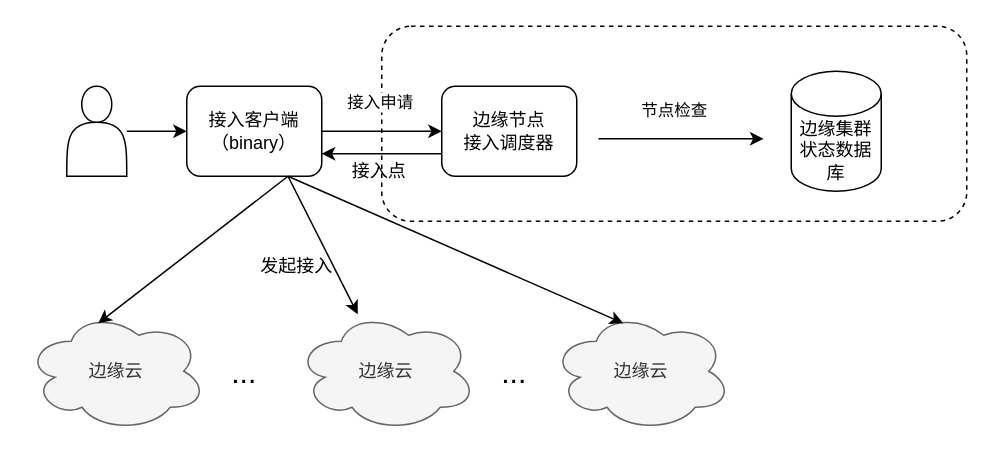
Earlier version of the draw.io diagram page "边缘节点接入" (8 of 9) of cloud-edge-softarch.drawio (lmxia/system_designs). Source tidied: cells renumbered, new cells numbered last; positions are measured from the earlier drawing's top-left corner, leaving out a move shared by most shapes. Both pictures are drawn from the tidied source at 150%, with x=0, y=0 at pixel (26, 26).
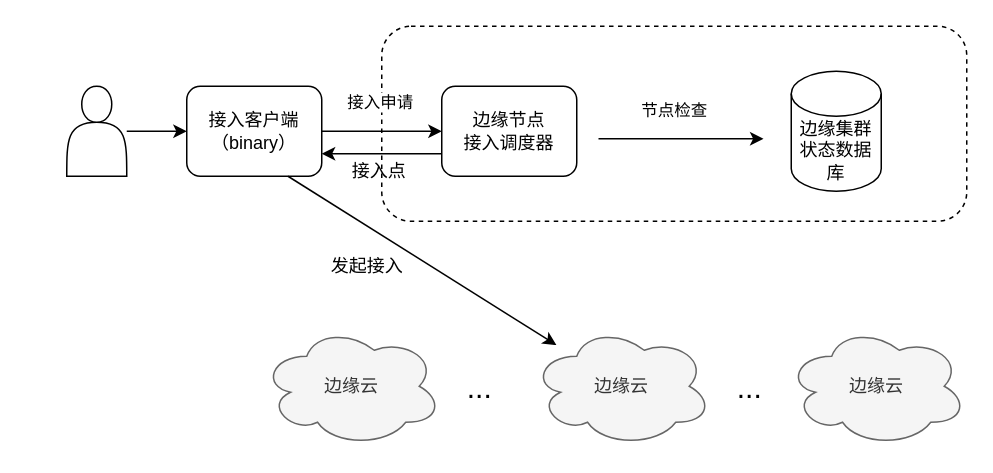
The same diagram, later.

Unchanged cells that the change refers to:
```xml
<mxCell id="7" value="接入客户端&lt;br&gt;（binary）" style="whiteSpace=wrap;html=1;rounded=1;" parent="1" vertex="1">
  <mxGeometry x="107" y="40" width="90" height="60" as="geometry" />
</mxCell>
```

Diff of the diagram source:
```diff
@@
     <mxCell id="13" value="边缘云" style="ellipse;shape=cloud;whiteSpace=wrap;html=1;fillColor=#f5f5f5;strokeColor=#666666;fontColor=#333333;" parent="1" vertex="1">
-      <mxGeometry y="190" width="120" height="80" as="geometry" />
+      <mxGeometry x="157" y="200" width="120" height="80" as="geometry" />
     </mxCell>
     <mxCell id="14" value="边缘云" style="ellipse;shape=cloud;whiteSpace=wrap;html=1;fillColor=#f5f5f5;strokeColor=#666666;fontColor=#333333;" parent="1" vertex="1">
-      <mxGeometry x="180" y="190" width="120" height="80" as="geometry" />
+      <mxGeometry x="337" y="200" width="120" height="80" as="geometry" />
     </mxCell>
     <mxCell id="15" value="&lt;font style=&quot;font-size: 20px&quot;&gt;...&lt;/font&gt;" style="text;html=1;align=center;verticalAlign=middle;fillColor=none;strokeColor=none;rounded=0;" parent="1" vertex="1">
-      <mxGeometry x="130" y="220" width="30" height="20" as="geometry" />
+      <mxGeometry x="287" y="230" width="30" height="20" as="geometry" />
     </mxCell>
     <mxCell id="16" value="边缘云" style="ellipse;shape=cloud;whiteSpace=wrap;html=1;fillColor=#f5f5f5;strokeColor=#666666;fontColor=#333333;" parent="1" vertex="1">
-      <mxGeometry x="350" y="190" width="120" height="80" as="geometry" />
+      <mxGeometry x="507" y="200" width="120" height="80" as="geometry" />
     </mxCell>
     <mxCell id="17" value="&lt;font style=&quot;font-size: 20px&quot;&gt;...&lt;/font&gt;" style="text;html=1;align=center;verticalAlign=middle;fillColor=none;strokeColor=none;rounded=0;" parent="1" vertex="1">
-      <mxGeometry x="310" y="220" width="30" height="20" as="geometry" />
+      <mxGeometry x="467" y="230" width="30" height="20" as="geometry" />
     </mxCell>
@@
-    <mxCell id="19" style="endArrow=classic;html=1;entryX=0.4;entryY=0.1;entryDx=0;entryDy=0;entryPerimeter=0;exitX=0.75;exitY=1;exitDx=0;exitDy=0;" parent="1" edge="1" source="7" target="16">
-      <mxGeometry relative="1" as="geometry" />
-    </mxCell>
-    <mxCell id="20" style="endArrow=classic;html=1;exitX=0.75;exitY=1;exitDx=0;exitDy=0;entryX=0.4;entryY=0.1;entryDx=0;entryDy=0;entryPerimeter=0;" parent="1" edge="1" source="7" target="13">
-      <mxGeometry relative="1" as="geometry" />
-    </mxCell>
@@
     <mxCell id="22" value="发起接入" style="text;html=1;align=center;verticalAlign=middle;" parent="1" vertex="1">
-      <mxGeometry x="150" y="150" width="60" height="20" as="geometry" />
+      <mxGeometry x="197" y="150" width="60" height="20" as="geometry" />
     </mxCell>
```
